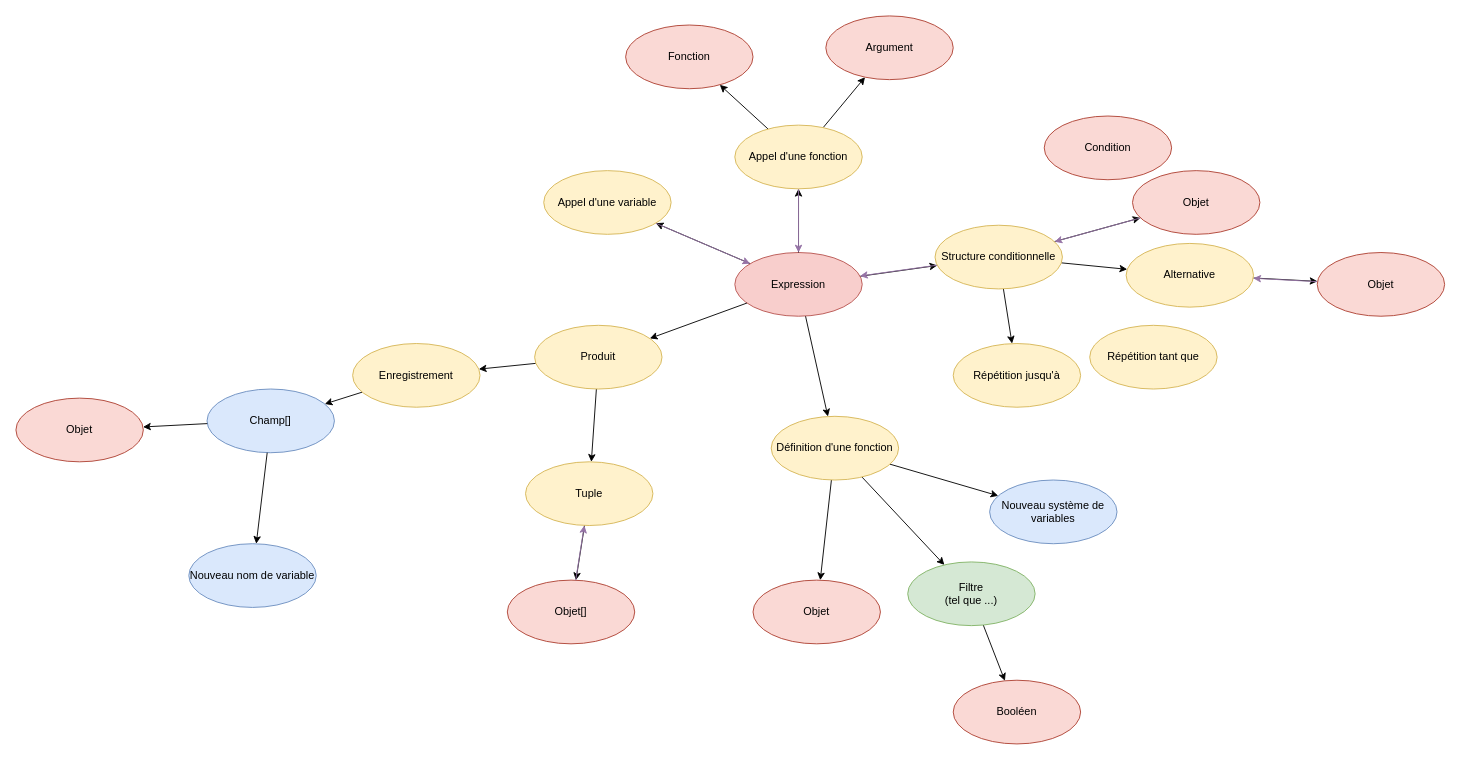
Above: page "Formal Language" (2 of 5) of UML/Formal Language.drawio in Oscardoras/Ouverium (draw.io), before the change. Source tidied: cells renumbered, new cells numbered last; positions are measured from the earlier drawing's top-left corner, leaving out a move shared by most shapes. Both pictures are drawn from the tidied source at 91%, with x=0, y=0 at pixel (15, 15).
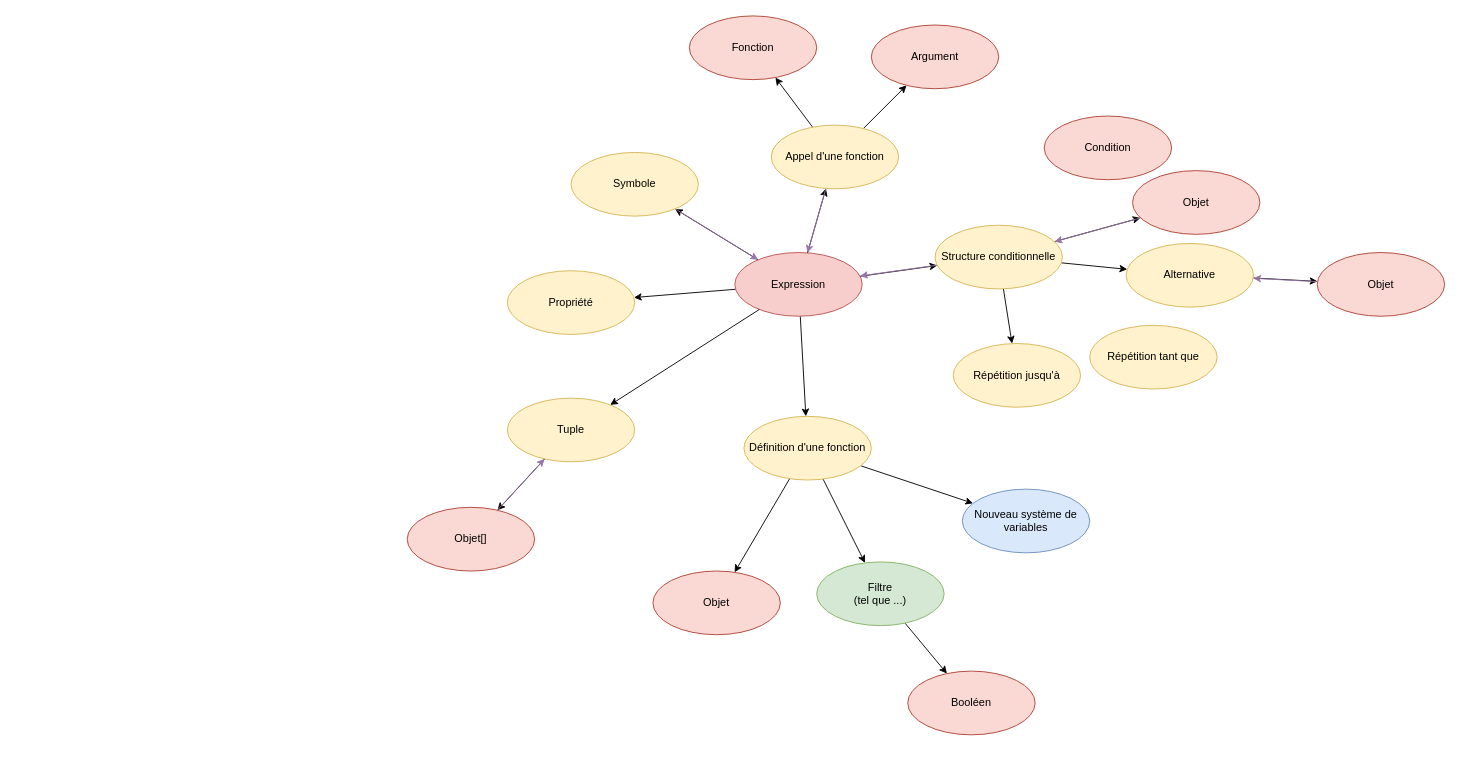
Above is the later version.

The change refers to these unchanged cells:
```xml
<mxCell id="5" value="Expression" style="ellipse;whiteSpace=wrap;html=1;fillColor=#f8cecc;strokeColor=#b85450;fontColor=#000000;" parent="1" vertex="1">
  <mxGeometry x="790" y="260" width="140" height="70" as="geometry" />
</mxCell>
```

The edit, as a diff of the source:
```diff
@@
+    <mxCell id="57" style="edgeStyle=none;html=1;" parent="1" edge="1" source="5" target="58">
+      <mxGeometry relative="1" as="geometry" />
+    </mxCell>
@@
     <mxCell id="20" value="Définition d'une fonction" style="ellipse;whiteSpace=wrap;html=1;fillColor=#fff2cc;strokeColor=#d6b656;fontColor=#000000;" parent="1" vertex="1">
-      <mxGeometry x="830" y="440" width="140" height="70" as="geometry" />
+      <mxGeometry x="800" y="440" width="140" height="70" as="geometry" />
     </mxCell>
@@
-    <mxCell id="22" style="rounded=0;jettySize=auto;html=1;fontColor=#000000;" parent="1" edge="1" source="46" target="40">
-      <mxGeometry relative="1" as="geometry" />
-    </mxCell>
-    <mxCell id="23" style="edgeStyle=none;rounded=0;jettySize=auto;html=1;fontColor=#000000;" parent="1" edge="1" source="46" target="43">
+    <mxCell id="23" style="edgeStyle=none;rounded=0;jettySize=auto;html=1;fontColor=#000000;" parent="1" edge="1" source="5" target="43">
       <mxGeometry relative="1" as="geometry" />
     </mxCell>
-    <mxCell id="24" style="edgeStyle=none;rounded=0;jettySize=auto;html=1;fontColor=#000000;" parent="1" edge="1" source="5" target="46">
-      <mxGeometry relative="1" as="geometry" />
-    </mxCell>
     <mxCell id="25" value="Objet" style="ellipse;whiteSpace=wrap;html=1;fillColor=#fad9d5;strokeColor=#ae4132;fontColor=#000000;" parent="1" vertex="1">
-      <mxGeometry x="810" y="620" width="140" height="70" as="geometry" />
+      <mxGeometry x="700" y="610" width="140" height="70" as="geometry" />
     </mxCell>
     <mxCell id="26" value="Booléen" style="ellipse;whiteSpace=wrap;html=1;fillColor=#fad9d5;strokeColor=#ae4132;fontColor=#000000;" parent="1" vertex="1">
-      <mxGeometry x="1030" y="730" width="140" height="70" as="geometry" />
+      <mxGeometry x="980" y="720" width="140" height="70" as="geometry" />
     </mxCell>
@@
     <mxCell id="30" value="Appel d'une fonction" style="ellipse;whiteSpace=wrap;html=1;fillColor=#fff2cc;strokeColor=#d6b656;fontColor=#000000;" parent="1" vertex="1">
-      <mxGeometry x="790" y="120" width="140" height="70" as="geometry" />
+      <mxGeometry x="830" y="120" width="140" height="70" as="geometry" />
     </mxCell>
     <mxCell id="31" value="Fonction" style="ellipse;whiteSpace=wrap;html=1;fillColor=#fad9d5;strokeColor=#ae4132;fontColor=#000000;" parent="1" vertex="1">
-      <mxGeometry x="670" y="10" width="140" height="70" as="geometry" />
+      <mxGeometry x="740" width="140" height="70" as="geometry" />
     </mxCell>
     <mxCell id="32" value="Argument" style="ellipse;whiteSpace=wrap;html=1;fillColor=#fad9d5;strokeColor=#ae4132;fontColor=#000000;" parent="1" vertex="1">
-      <mxGeometry x="890" width="140" height="70" as="geometry" />
+      <mxGeometry x="940" y="10" width="140" height="70" as="geometry" />
     </mxCell>
@@
-    <mxCell id="38" value="Appel d'une variable" style="ellipse;whiteSpace=wrap;html=1;fillColor=#fff2cc;strokeColor=#d6b656;fontColor=#000000;" parent="1" vertex="1">
-      <mxGeometry x="580" y="170" width="140" height="70" as="geometry" />
+    <mxCell id="38" value="Symbole" style="ellipse;whiteSpace=wrap;html=1;fillColor=#fff2cc;strokeColor=#d6b656;fontColor=#000000;" parent="1" vertex="1">
+      <mxGeometry x="610" y="150" width="140" height="70" as="geometry" />
     </mxCell>
-    <mxCell id="39" style="edgeStyle=none;rounded=0;jettySize=auto;html=1;fontColor=#000000;" parent="1" edge="1" source="40" target="41">
-      <mxGeometry relative="1" as="geometry" />
-    </mxCell>
-    <mxCell id="40" value="Enregistrement" style="ellipse;whiteSpace=wrap;html=1;fillColor=#fff2cc;strokeColor=#d6b656;fontColor=#000000;" parent="1" vertex="1">
-      <mxGeometry x="370" y="360" width="140" height="70" as="geometry" />
-    </mxCell>
-    <mxCell id="41" value="Champ[]" style="ellipse;whiteSpace=wrap;html=1;fillColor=#dae8fc;strokeColor=#6c8ebf;fontColor=#000000;" parent="1" vertex="1">
-      <mxGeometry x="210" y="410" width="140" height="70" as="geometry" />
-    </mxCell>
@@
     <mxCell id="43" value="Tuple" style="ellipse;whiteSpace=wrap;html=1;fillColor=#fff2cc;strokeColor=#d6b656;fontColor=#000000;" parent="1" vertex="1">
-      <mxGeometry x="560" y="490" width="140" height="70" as="geometry" />
+      <mxGeometry x="540" y="420" width="140" height="70" as="geometry" />
     </mxCell>
     <mxCell id="44" value="Objet[]" style="ellipse;whiteSpace=wrap;html=1;fillColor=#fad9d5;strokeColor=#ae4132;fontColor=#000000;" parent="1" vertex="1">
-      <mxGeometry x="540" y="620" width="140" height="70" as="geometry" />
+      <mxGeometry x="430" y="540" width="140" height="70" as="geometry" />
     </mxCell>
     <mxCell id="45" value="Nouveau système de variables" style="ellipse;whiteSpace=wrap;html=1;fillColor=#dae8fc;strokeColor=#6c8ebf;fontColor=#000000;" parent="1" vertex="1">
-      <mxGeometry x="1070" y="510" width="140" height="70" as="geometry" />
+      <mxGeometry x="1040" y="520" width="140" height="70" as="geometry" />
     </mxCell>
-    <mxCell id="46" value="Produit" style="ellipse;whiteSpace=wrap;html=1;fillColor=#fff2cc;strokeColor=#d6b656;fontColor=#000000;" parent="1" vertex="1">
-      <mxGeometry x="570" y="340" width="140" height="70" as="geometry" />
-    </mxCell>
-    <mxCell id="47" style="edgeStyle=none;rounded=0;jettySize=auto;html=1;fontColor=#000000;" parent="1" edge="1" source="41" target="49">
-      <mxGeometry relative="1" as="geometry" />
-    </mxCell>
-    <mxCell id="48" style="edgeStyle=none;rounded=0;jettySize=auto;html=1;fontColor=#000000;" parent="1" edge="1" source="41" target="50">
-      <mxGeometry relative="1" as="geometry" />
-    </mxCell>
-    <mxCell id="49" value="Nouveau nom de variable" style="ellipse;whiteSpace=wrap;html=1;fillColor=#dae8fc;strokeColor=#6c8ebf;fontColor=#000000;" parent="1" vertex="1">
-      <mxGeometry x="190" y="580" width="140" height="70" as="geometry" />
-    </mxCell>
-    <mxCell id="50" value="Objet" style="ellipse;whiteSpace=wrap;html=1;fillColor=#fad9d5;strokeColor=#ae4132;fontColor=#000000;" parent="1" vertex="1">
-      <mxGeometry y="420" width="140" height="70" as="geometry" />
-    </mxCell>
@@
     <mxCell id="52" value="Filtre&lt;br&gt;(tel que ...)" style="ellipse;whiteSpace=wrap;html=1;fillColor=#d5e8d4;strokeColor=#82b366;fontColor=#000000;" parent="1" vertex="1">
-      <mxGeometry x="980" y="600" width="140" height="70" as="geometry" />
+      <mxGeometry x="880" y="600" width="140" height="70" as="geometry" />
     </mxCell>
@@
+    <mxCell id="58" value="Propriété" style="ellipse;whiteSpace=wrap;html=1;fillColor=#fff2cc;strokeColor=#d6b656;fontColor=#000000;" parent="1" vertex="1">
+      <mxGeometry x="540" y="280" width="140" height="70" as="geometry" />
+    </mxCell>
```
